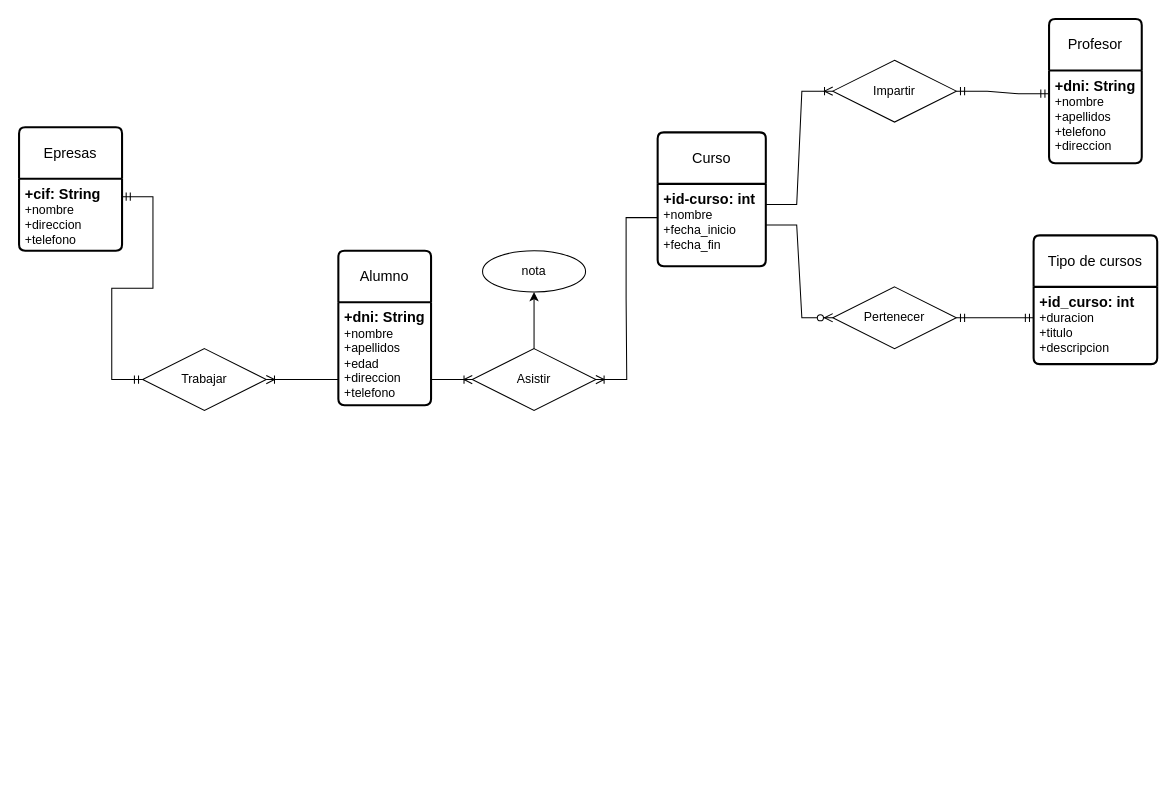
Above: ejercicio2.drawio in AsierGArranz/aga-sru-sa-t-UD12DiagramaER-11102023 (draw.io), before the change. Source tidied: cells renumbered, new cells numbered last; positions are measured from the earlier drawing's top-left corner, leaving out a move shared by most shapes. Both pictures are drawn from the tidied source at 103%, with x=0, y=0 at pixel (19, 19).
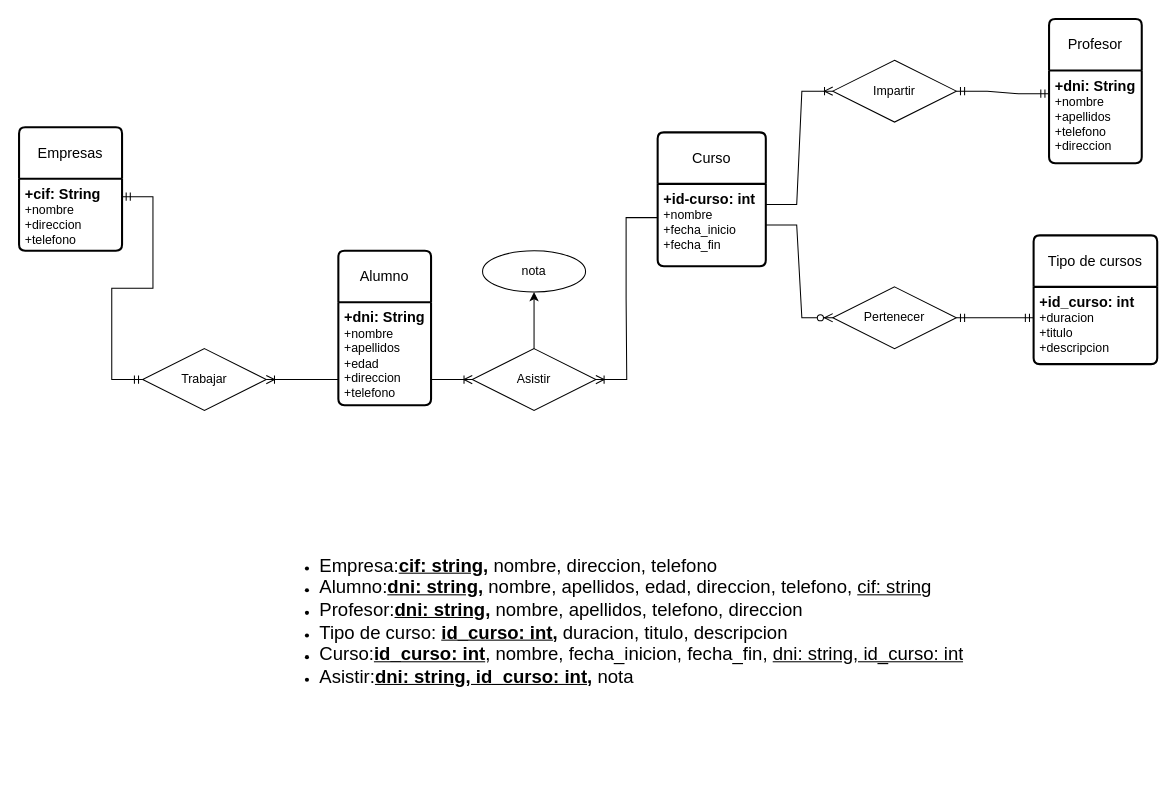
The same diagram, later.

Change to the diagram source:
```diff
@@
-    <mxCell id="14" value="Epresas" style="swimlane;horizontal=1;startSize=50;rounded=1;fontSize=14;fontStyle=0;strokeWidth=2;shadow=0;dashed=0;align=center;arcSize=4;whiteSpace=wrap;html=1;" parent="1" vertex="1">
+    <mxCell id="14" value="Empresas" style="swimlane;horizontal=1;startSize=50;rounded=1;fontSize=14;fontStyle=0;strokeWidth=2;shadow=0;dashed=0;align=center;arcSize=4;whiteSpace=wrap;html=1;" parent="1" vertex="1">
       <mxGeometry y="105" width="100" height="120" as="geometry" />
     </mxCell>
@@
+    <mxCell id="26" value="&lt;ul&gt;&lt;li style=&quot;border-color: var(--border-color);&quot;&gt;&lt;font style=&quot;font-size: 18px;&quot;&gt;Empresa:&lt;u style=&quot;font-weight: bold;&quot;&gt;cif: string,&lt;/u&gt;&amp;nbsp;nombre, direccion, telefono&lt;/font&gt;&lt;/li&gt;&lt;li style=&quot;border-color: var(--border-color);&quot;&gt;&lt;font style=&quot;font-size: 18px;&quot;&gt;Alumno:&lt;u style=&quot;font-weight: bold;&quot;&gt;dni: string,&lt;/u&gt;&amp;nbsp;nombre, apellidos, edad, direccion, telefono, &lt;u&gt;cif: string&lt;/u&gt;&lt;/font&gt;&lt;/li&gt;&lt;li style=&quot;border-color: var(--border-color);&quot;&gt;&lt;span style=&quot;font-size: 18px;&quot;&gt;Profesor:&lt;u style=&quot;font-weight: bold;&quot;&gt;dni: string,&lt;/u&gt;&amp;nbsp;nombre, apellidos, telefono, direccion&lt;/span&gt;&lt;/li&gt;&lt;li style=&quot;border-color: var(--border-color);&quot;&gt;&lt;span style=&quot;font-size: 18px;&quot;&gt;Tipo de curso: &lt;u style=&quot;font-weight: bold;&quot;&gt;id_curso: int,&lt;/u&gt;&amp;nbsp;duracion, titulo, descripcion&lt;/span&gt;&lt;/li&gt;&lt;li style=&quot;border-color: var(--border-color);&quot;&gt;&lt;span style=&quot;font-size: 18px;&quot;&gt;Curso:&lt;u style=&quot;font-weight: bold;&quot;&gt;id_curso: int&lt;/u&gt;, nombre, fecha_inicion, fecha_fin, &lt;u&gt;dni: string, id_curso: int&lt;/u&gt;&lt;/span&gt;&lt;/li&gt;&lt;li style=&quot;border-color: var(--border-color);&quot;&gt;&lt;span style=&quot;font-size: 18px;&quot;&gt;Asistir:&lt;u style=&quot;font-weight: bold;&quot;&gt;dni: string, id_curso: int,&lt;/u&gt;&amp;nbsp;nota&lt;/span&gt;&lt;/li&gt;&lt;/ul&gt;" style="text;strokeColor=none;fillColor=none;html=1;whiteSpace=wrap;verticalAlign=middle;overflow=hidden;" parent="1" vertex="1">
+      <mxGeometry x="250" y="440" width="730" height="290" as="geometry" />
+    </mxCell>
```
